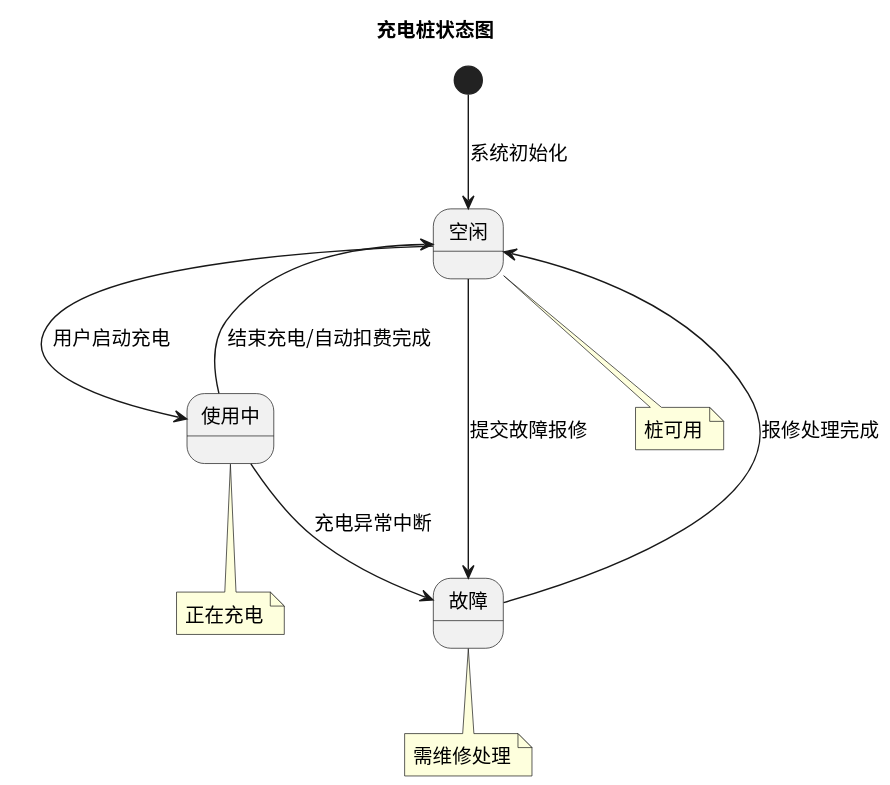
This is status/img/state_charger.svg from greenhandzdl/charging-station-doc, a PlantUML export, as it was before one commit. The source it was exported from:
```plantuml
@startuml
skinparam defaultFontName "Noto Sans CJK SC"
skinparam defaultFontSize 14
title 充电桩状态图

state "空闲" as IDLE
state "使用中" as CHARGING
state "故障" as FAULT

[*] --> IDLE : 系统初始化
IDLE --> CHARGING : 用户启动充电
CHARGING --> IDLE : 结束充电/自动扣费完成
IDLE --> FAULT : 提交故障报修
FAULT --> IDLE : 报修处理完成
CHARGING --> FAULT : 充电异常中断

note bottom of IDLE : 桩可用
note bottom of CHARGING : 正在充电
note bottom of FAULT : 需维修处理
@enduml
```
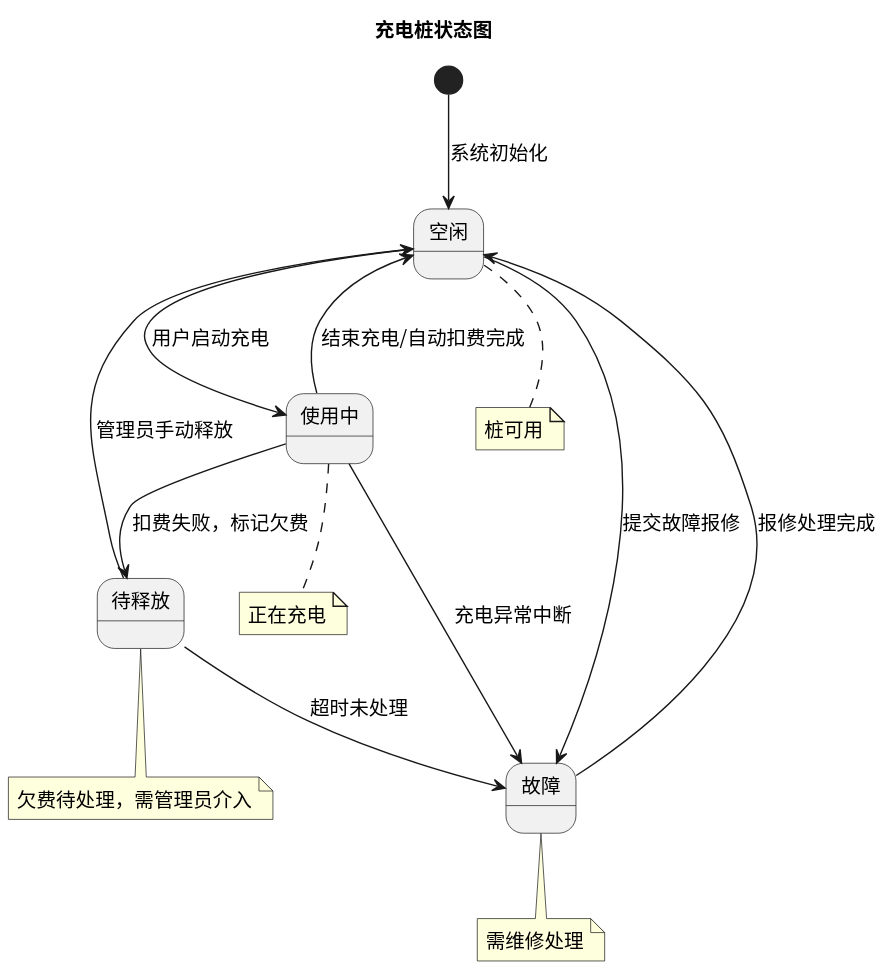
Later version of the same file.

Diff of the diagram source:
```diff
@@ -5,16 +5,21 @@
 
 state "空闲" as IDLE
 state "使用中" as CHARGING
+state "待释放" as ARREARS
 state "故障" as FAULT
 
 [*] --> IDLE : 系统初始化
 IDLE --> CHARGING : 用户启动充电
 CHARGING --> IDLE : 结束充电/自动扣费完成
+CHARGING --> ARREARS : 扣费失败，标记欠费
+ARREARS --> IDLE : 管理员手动释放
+ARREARS --> FAULT : 超时未处理
 IDLE --> FAULT : 提交故障报修
 FAULT --> IDLE : 报修处理完成
 CHARGING --> FAULT : 充电异常中断
 
 note bottom of IDLE : 桩可用
 note bottom of CHARGING : 正在充电
+note bottom of ARREARS : 欠费待处理，需管理员介入
 note bottom of FAULT : 需维修处理
 @enduml
```
